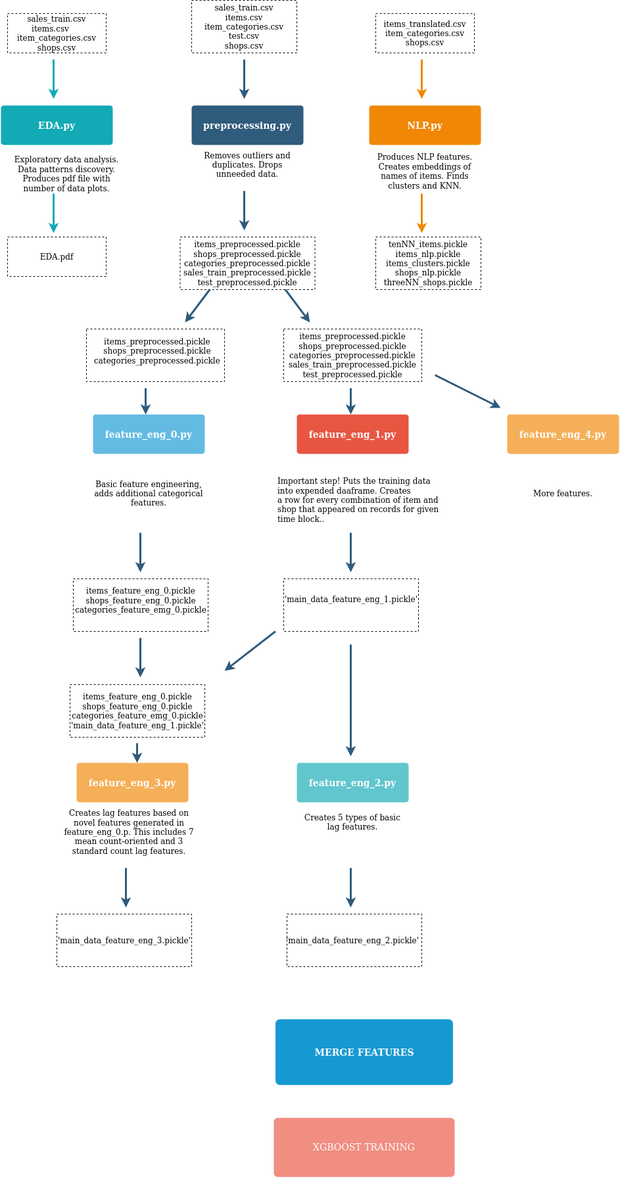
pegasus-isi/predict-future-sales-workflow keeps this draw.io diagram as img/xgboost_graph.png. Above is the earlier version. Source tidied: cells renumbered, new cells last; positions are measured from the earlier drawing's top-left corner, leaving out a move shared by most shapes.
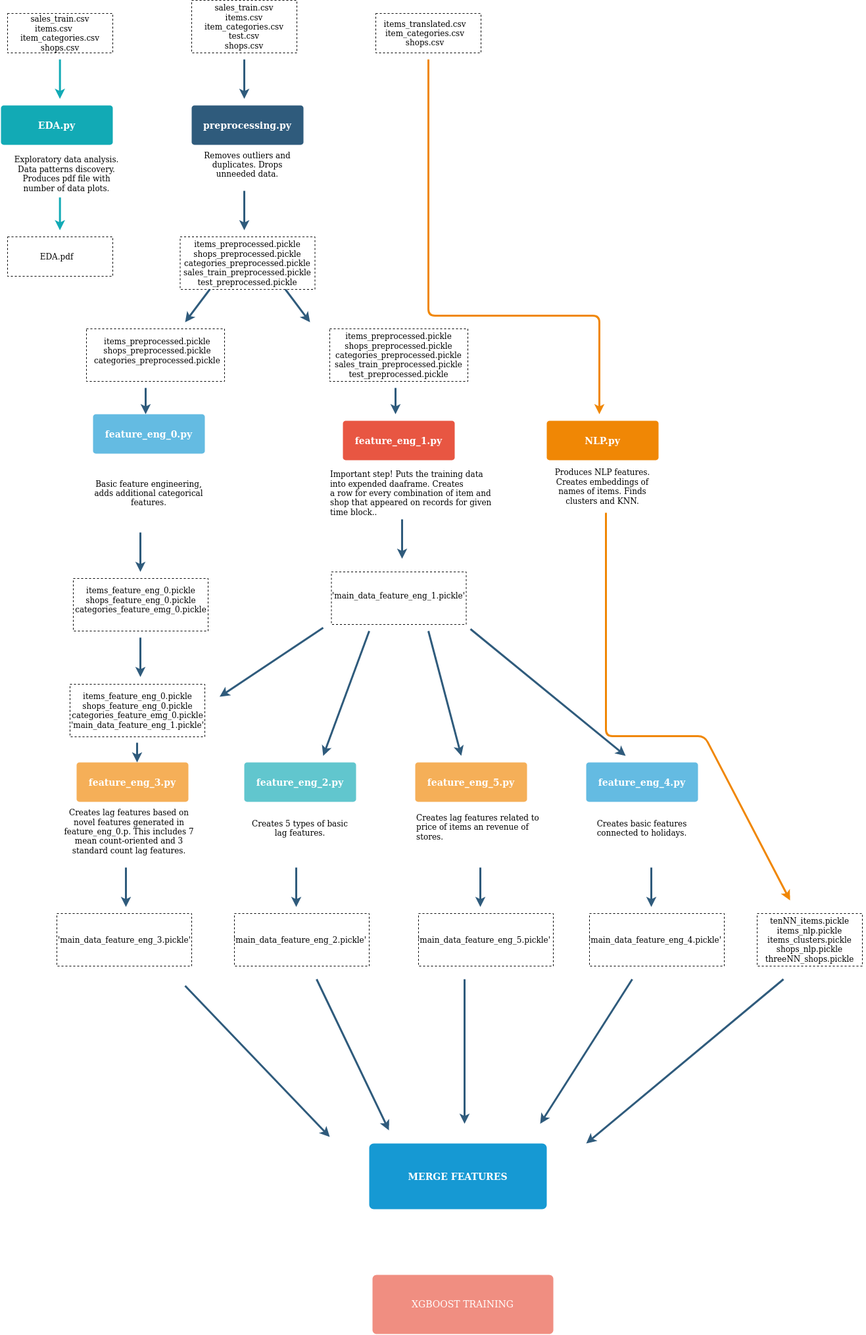
Later version of the same file.

Commit message:
adds feature eng 5

The edit, as a diff of the source:
```diff
@@ -5,6 +5,6 @@
     <mxCell id="2" value="XGBOOST TRAINING" style="rounded=1;whiteSpace=wrap;html=1;shadow=0;labelBackgroundColor=none;strokeColor=none;strokeWidth=3;fillColor=#f08e81;fontFamily=Helvetica;fontSize=14;fontColor=#FFFFFF;align=center;spacing=5;fontStyle=0;arcSize=7;perimeterSpacing=2;" parent="1" vertex="1">
-      <mxGeometry x="415" y="1700" width="275" height="90" as="geometry" />
+      <mxGeometry x="565" y="1940" width="275" height="90" as="geometry" />
     </mxCell>
     <mxCell id="3" value="MERGE FEATURES" style="rounded=1;whiteSpace=wrap;html=1;shadow=0;labelBackgroundColor=none;strokeColor=none;strokeWidth=3;fillColor=#1699d3;fontFamily=Helvetica;fontSize=14;fontColor=#FFFFFF;align=center;spacing=5;fontStyle=1;arcSize=7;perimeterSpacing=2;" parent="1" vertex="1">
-      <mxGeometry x="417.5" y="1550" width="270" height="100" as="geometry" />
+      <mxGeometry x="560" y="1740" width="270" height="100" as="geometry" />
     </mxCell>
@@ -20,9 +20,9 @@
     <mxCell id="7" style="rounded=0;whiteSpace=wrap;html=1;fillColor=#FFFFFF;dashed=1;" parent="1" vertex="1">
-      <mxGeometry x="10" y="20" width="150" height="60" as="geometry" />
+      <mxGeometry x="10" y="20" width="160" height="60" as="geometry" />
     </mxCell>
     <mxCell id="8" value="&lt;div align=&quot;center&quot;&gt;sales_train.csv&lt;/div&gt;&lt;div align=&quot;center&quot;&gt;items.csv&amp;nbsp;&amp;nbsp;&amp;nbsp;&amp;nbsp;&amp;nbsp; item_categories.csv&lt;/div&gt;&lt;div align=&quot;center&quot;&gt;shops.csv&lt;br&gt;&lt;/div&gt;" style="text;html=1;strokeColor=none;fillColor=none;align=center;verticalAlign=middle;whiteSpace=wrap;rounded=0;dashed=1;" parent="1" vertex="1">
-      <mxGeometry x="10" y="20" width="150" height="60" as="geometry" />
+      <mxGeometry x="15" y="20" width="150" height="60" as="geometry" />
     </mxCell>
     <mxCell id="9" style="rounded=0;whiteSpace=wrap;html=1;fillColor=#FFFFFF;dashed=1;" parent="1" vertex="1">
-      <mxGeometry x="10" y="360" width="150" height="60" as="geometry" />
+      <mxGeometry x="10" y="360" width="160" height="60" as="geometry" />
     </mxCell>
@@ -33,4 +33,4 @@
       <mxGeometry relative="1" as="geometry">
-        <mxPoint x="80" y="294" as="sourcePoint" />
-        <mxPoint x="80" y="354" as="targetPoint" />
+        <mxPoint x="89.7" y="300" as="sourcePoint" />
+        <mxPoint x="89.7" y="350" as="targetPoint" />
       </mxGeometry>
@@ -53,6 +53,6 @@
     <mxCell id="16" value="&lt;div align=&quot;center&quot;&gt;Produces NLP features. Creates embeddings of names of items. Finds clusters and KNN.&lt;br&gt;&lt;/div&gt;" style="text;html=1;strokeColor=none;fillColor=none;align=center;verticalAlign=middle;whiteSpace=wrap;rounded=0;" parent="1" vertex="1">
-      <mxGeometry x="560" y="230" width="170" height="60" as="geometry" />
+      <mxGeometry x="830" y="710" width="170" height="60" as="geometry" />
     </mxCell>
     <mxCell id="17" value="NLP.py" style="rounded=1;whiteSpace=wrap;html=1;shadow=0;labelBackgroundColor=none;strokeColor=none;strokeWidth=3;fillColor=#F08705;fontFamily=Helvetica;fontSize=14;fontColor=#FFFFFF;align=center;spacing=5;fontStyle=1;arcSize=7;perimeterSpacing=2;" parent="1" vertex="1">
-      <mxGeometry x="560" y="160" width="170" height="60" as="geometry" />
+      <mxGeometry x="830" y="640" width="170" height="60" as="geometry" />
     </mxCell>
@@ -60,4 +60,9 @@
       <mxGeometry relative="1" as="geometry">
-        <mxPoint x="640" y="90" as="sourcePoint" />
-        <mxPoint x="640" y="150" as="targetPoint" />
+        <mxPoint x="650" y="90" as="sourcePoint" />
+        <mxPoint x="910" y="630" as="targetPoint" />
+        <Array as="points">
+          <mxPoint x="650" y="280" />
+          <mxPoint x="650" y="480" />
+          <mxPoint x="910" y="480" />
+        </Array>
       </mxGeometry>
@@ -65,6 +70,6 @@
     <mxCell id="19" style="rounded=0;whiteSpace=wrap;html=1;fillColor=#FFFFFF;dashed=1;" parent="1" vertex="1">
-      <mxGeometry x="570" y="20" width="150" height="60" as="geometry" />
+      <mxGeometry x="570" y="20" width="160" height="60" as="geometry" />
     </mxCell>
     <mxCell id="20" style="rounded=0;whiteSpace=wrap;html=1;fillColor=#FFFFFF;dashed=1;" parent="1" vertex="1">
-      <mxGeometry x="570" y="360" width="160" height="80" as="geometry" />
+      <mxGeometry x="1150" y="1390" width="160" height="80" as="geometry" />
     </mxCell>
@@ -74,3 +79,3 @@
     <mxCell id="22" value="&lt;div align=&quot;center&quot;&gt;tenNN_items.pickle&lt;br&gt;items_nlp.pickle&lt;br&gt;items_clusters.pickle&lt;br&gt;shops_nlp.pickle&lt;br&gt;threeNN_shops.pickle&lt;/div&gt;" style="text;html=1;strokeColor=none;fillColor=none;align=center;verticalAlign=middle;whiteSpace=wrap;rounded=0;" parent="1" vertex="1">
-      <mxGeometry x="565" y="355" width="170" height="90" as="geometry" />
+      <mxGeometry x="1145" y="1385" width="170" height="90" as="geometry" />
     </mxCell>
@@ -84,4 +89,4 @@
       <mxGeometry relative="1" as="geometry">
-        <mxPoint x="80" y="90" as="sourcePoint" />
-        <mxPoint x="80" y="150" as="targetPoint" />
+        <mxPoint x="89.7" y="90" as="sourcePoint" />
+        <mxPoint x="89.7" y="150" as="targetPoint" />
       </mxGeometry>
@@ -96,4 +101,8 @@
       <mxGeometry relative="1" as="geometry">
-        <mxPoint x="640" y="294" as="sourcePoint" />
-        <mxPoint x="640" y="354" as="targetPoint" />
+        <mxPoint x="920" y="780" as="sourcePoint" />
+        <mxPoint x="1200" y="1370" as="targetPoint" />
+        <Array as="points">
+          <mxPoint x="920" y="1120" />
+          <mxPoint x="1070" y="1120" />
+        </Array>
       </mxGeometry>
@@ -125,6 +134,6 @@
     <mxCell id="34" value="&lt;div align=&quot;left&quot;&gt;Important step! Puts the training data into expended daaframe. Creates&lt;br&gt;&lt;/div&gt;&lt;div align=&quot;left&quot;&gt;a row for every combination of item and shop that appeared on records for given time block..&lt;/div&gt;" style="text;html=1;strokeColor=none;fillColor=none;align=center;verticalAlign=middle;whiteSpace=wrap;rounded=0;" parent="1" vertex="1">
-      <mxGeometry x="420" y="720" width="250" height="80" as="geometry" />
+      <mxGeometry x="500" y="710" width="250" height="80" as="geometry" />
     </mxCell>
     <mxCell id="35" value="feature_eng_1.py" style="rounded=1;whiteSpace=wrap;html=1;shadow=0;labelBackgroundColor=none;strokeColor=none;strokeWidth=3;fillColor=#E85642;fontFamily=Helvetica;fontSize=14;fontColor=#FFFFFF;align=center;spacing=5;fontStyle=1;arcSize=7;perimeterSpacing=2;" parent="1" vertex="1">
-      <mxGeometry x="450" y="630" width="170" height="60" as="geometry" />
+      <mxGeometry x="520" y="640" width="170" height="60" as="geometry" />
     </mxCell>
@@ -132,4 +141,4 @@
       <mxGeometry relative="1" as="geometry">
-        <mxPoint x="532" y="590" as="sourcePoint" />
-        <mxPoint x="532" y="630" as="targetPoint" />
+        <mxPoint x="600" y="590" as="sourcePoint" />
+        <mxPoint x="600" y="630" as="targetPoint" />
       </mxGeometry>
@@ -137,9 +146,9 @@
     <mxCell id="37" style="rounded=0;whiteSpace=wrap;html=1;fillColor=#FFFFFF;dashed=1;" parent="1" vertex="1">
-      <mxGeometry x="430" y="500" width="210" height="80" as="geometry" />
+      <mxGeometry x="500" y="500" width="210" height="80" as="geometry" />
     </mxCell>
     <mxCell id="38" style="rounded=0;whiteSpace=wrap;html=1;fillColor=#FFFFFF;dashed=1;" parent="1" vertex="1">
-      <mxGeometry x="430" y="880" width="205" height="80" as="geometry" />
+      <mxGeometry x="502.5" y="870" width="205" height="80" as="geometry" />
     </mxCell>
     <mxCell id="39" value="&lt;div align=&quot;center&quot;&gt;'main_data_feature_eng_1.pickle' &lt;br&gt;&lt;br&gt;&lt;br&gt;&lt;/div&gt;" style="text;html=1;strokeColor=none;fillColor=none;align=center;verticalAlign=middle;whiteSpace=wrap;rounded=0;" parent="1" vertex="1">
-      <mxGeometry x="417.5" y="890" width="230" height="70" as="geometry" />
+      <mxGeometry x="490" y="885" width="230" height="70" as="geometry" />
     </mxCell>
@@ -147,4 +156,4 @@
       <mxGeometry relative="1" as="geometry">
-        <mxPoint x="532" y="810" as="sourcePoint" />
-        <mxPoint x="532" y="870" as="targetPoint" />
+        <mxPoint x="610" y="790" as="sourcePoint" />
+        <mxPoint x="610" y="850" as="targetPoint" />
       </mxGeometry>
@@ -163,6 +172,6 @@
     <mxCell id="43" value="Creates 5 types of basic lag features." style="text;html=1;strokeColor=none;fillColor=none;align=center;verticalAlign=middle;whiteSpace=wrap;rounded=0;" parent="1" vertex="1">
-      <mxGeometry x="450" y="1220" width="170" height="60" as="geometry" />
+      <mxGeometry x="370" y="1230" width="170" height="60" as="geometry" />
     </mxCell>
     <mxCell id="44" value="feature_eng_2.py" style="rounded=1;whiteSpace=wrap;html=1;shadow=0;labelBackgroundColor=none;strokeColor=none;strokeWidth=3;fillColor=#61C6CE;fontFamily=Helvetica;fontSize=14;fontColor=#FFFFFF;align=center;spacing=5;fontStyle=1;arcSize=7;perimeterSpacing=2;" parent="1" vertex="1">
-      <mxGeometry x="450" y="1160" width="170" height="60" as="geometry" />
+      <mxGeometry x="370" y="1160" width="170" height="60" as="geometry" />
     </mxCell>
@@ -170,4 +179,4 @@
       <mxGeometry relative="1" as="geometry">
-        <mxPoint x="532" y="980" as="sourcePoint" />
-        <mxPoint x="532" y="1150" as="targetPoint" />
+        <mxPoint x="560" y="960" as="sourcePoint" />
+        <mxPoint x="490" y="1150" as="targetPoint" />
       </mxGeometry>
@@ -175,6 +184,6 @@
     <mxCell id="46" style="rounded=0;whiteSpace=wrap;html=1;fillColor=#FFFFFF;dashed=1;" parent="1" vertex="1">
-      <mxGeometry x="435" y="1390" width="205" height="80" as="geometry" />
+      <mxGeometry x="355" y="1390" width="205" height="80" as="geometry" />
     </mxCell>
     <mxCell id="47" value="&lt;div align=&quot;center&quot;&gt;'main_data_feature_eng_2.pickle'&lt;br&gt;&lt;/div&gt;" style="text;html=1;strokeColor=none;fillColor=none;align=center;verticalAlign=middle;whiteSpace=wrap;rounded=0;" parent="1" vertex="1">
-      <mxGeometry x="420" y="1390" width="230" height="80" as="geometry" />
+      <mxGeometry x="340" y="1390" width="230" height="80" as="geometry" />
     </mxCell>
@@ -182,4 +191,4 @@
       <mxGeometry relative="1" as="geometry">
-        <mxPoint x="532" y="1320" as="sourcePoint" />
-        <mxPoint x="532" y="1380" as="targetPoint" />
+        <mxPoint x="449" y="1320" as="sourcePoint" />
+        <mxPoint x="449" y="1380" as="targetPoint" />
       </mxGeometry>
@@ -211,3 +220,3 @@
     <mxCell id="55" value="&lt;div align=&quot;center&quot;&gt;items_preprocessed.pickle&lt;br&gt;shops_preprocessed.pickle&lt;br&gt;categories_preprocessed.pickle&lt;br&gt;sales_train_preprocessed.pickle&lt;br&gt;test_preprocessed.pickle&lt;/div&gt;" style="text;html=1;strokeColor=none;fillColor=none;align=center;verticalAlign=middle;whiteSpace=wrap;rounded=0;dashed=1;" parent="1" vertex="1">
-      <mxGeometry x="420" y="500" width="230" height="80" as="geometry" />
+      <mxGeometry x="490" y="500" width="230" height="80" as="geometry" />
     </mxCell>
@@ -219,6 +228,5 @@
     </mxCell>
-    <mxCell id="58" style="edgeStyle=none;rounded=1;jumpStyle=none;html=1;shadow=0;labelBackgroundColor=none;startArrow=none;startFill=0;jettySize=auto;orthogonalLoop=1;strokeColor=#2F5B7C;strokeWidth=3;fontFamily=Helvetica;fontSize=14;fontColor=#FFFFFF;spacing=5;fontStyle=1;fillColor=#b0e3e6;" parent="1" edge="1">
+    <mxCell id="58" style="edgeStyle=none;rounded=1;jumpStyle=none;html=1;shadow=0;labelBackgroundColor=none;startArrow=none;startFill=0;jettySize=auto;strokeColor=#2F5B7C;strokeWidth=3;fontFamily=Helvetica;fontSize=14;fontColor=#FFFFFF;spacing=5;fontStyle=1;fillColor=#b0e3e6;exitX=0;exitY=1;exitDx=0;exitDy=0;" parent="1" edge="1" source="39">
       <mxGeometry relative="1" as="geometry">
-        <mxPoint x="417.5" y="960" as="sourcePoint" />
-        <mxPoint x="340" y="1020" as="targetPoint" />
+        <mxPoint x="332.5" y="1060" as="targetPoint" />
       </mxGeometry>
@@ -231,4 +239,4 @@
     </mxCell>
-    <mxCell id="60" value="feature_eng_4.py" style="rounded=1;whiteSpace=wrap;html=1;shadow=0;labelBackgroundColor=none;strokeColor=none;strokeWidth=3;fillColor=#F5AF58;fontFamily=Helvetica;fontSize=14;fontColor=#FFFFFF;align=center;spacing=5;fontStyle=1;arcSize=7;perimeterSpacing=2;" parent="1" vertex="1">
-      <mxGeometry x="770" y="630" width="170" height="60" as="geometry" />
+    <mxCell id="60" value="feature_eng_5.py" style="rounded=1;whiteSpace=wrap;html=1;shadow=0;labelBackgroundColor=none;strokeColor=none;strokeWidth=3;fillColor=#F5AF58;fontFamily=Helvetica;fontSize=14;fontColor=#FFFFFF;align=center;spacing=5;fontStyle=1;arcSize=7;perimeterSpacing=2;" parent="1" vertex="1">
+      <mxGeometry x="630" y="1160" width="170" height="60" as="geometry" />
     </mxCell>
@@ -236,9 +244,6 @@
       <mxGeometry relative="1" as="geometry">
-        <mxPoint x="660" y="570" as="sourcePoint" />
-        <mxPoint x="760" y="620" as="targetPoint" />
+        <mxPoint x="650" y="960" as="sourcePoint" />
+        <mxPoint x="700" y="1150" as="targetPoint" />
       </mxGeometry>
     </mxCell>
-    <mxCell id="62" value="More features." style="text;html=1;strokeColor=none;fillColor=none;align=center;verticalAlign=middle;whiteSpace=wrap;rounded=0;" parent="1" vertex="1">
-      <mxGeometry x="770" y="720" width="170" height="60" as="geometry" />
-    </mxCell>
     <mxCell id="63" style="rounded=0;whiteSpace=wrap;html=1;dashed=1;fillColor=#FFFFFF;" parent="1" vertex="1">
@@ -249,2 +254,70 @@
     </mxCell>
+    <mxCell id="65" value="Creates lag features related to price of items an revenue of stores." style="text;whiteSpace=wrap;html=1;" parent="1" vertex="1">
+      <mxGeometry x="630" y="1230" width="190" height="60" as="geometry" />
+    </mxCell>
+    <mxCell id="66" style="rounded=0;whiteSpace=wrap;html=1;fillColor=#FFFFFF;dashed=1;" parent="1" vertex="1">
+      <mxGeometry x="635" y="1390" width="205" height="80" as="geometry" />
+    </mxCell>
+    <mxCell id="67" value="&lt;div align=&quot;center&quot;&gt;'main_data_feature_eng_5.pickle'&lt;br&gt;&lt;/div&gt;" style="text;html=1;strokeColor=none;fillColor=none;align=center;verticalAlign=middle;whiteSpace=wrap;rounded=0;" parent="1" vertex="1">
+      <mxGeometry x="620" y="1390" width="230" height="80" as="geometry" />
+    </mxCell>
+    <mxCell id="68" style="edgeStyle=none;rounded=1;jumpStyle=none;html=1;shadow=0;labelBackgroundColor=none;startArrow=none;startFill=0;jettySize=auto;orthogonalLoop=1;strokeColor=#2F5B7C;strokeWidth=3;fontFamily=Helvetica;fontSize=14;fontColor=#FFFFFF;spacing=5;fontStyle=1;fillColor=#b0e3e6;" parent="1" edge="1">
+      <mxGeometry relative="1" as="geometry">
+        <mxPoint x="729" y="1320" as="sourcePoint" />
+        <mxPoint x="729" y="1380" as="targetPoint" />
+      </mxGeometry>
+    </mxCell>
+    <mxCell id="69" value="Creates basic features connected to holidays." style="text;html=1;strokeColor=none;fillColor=none;align=center;verticalAlign=middle;whiteSpace=wrap;rounded=0;" parent="1" vertex="1">
+      <mxGeometry x="890" y="1230" width="170" height="60" as="geometry" />
+    </mxCell>
+    <mxCell id="70" value="feature_eng_4.py" style="rounded=1;whiteSpace=wrap;html=1;shadow=0;labelBackgroundColor=none;strokeColor=none;strokeWidth=3;fillColor=#64BBE2;fontFamily=Helvetica;fontSize=14;fontColor=#FFFFFF;align=center;spacing=5;fontStyle=1;arcSize=7;perimeterSpacing=2;" parent="1" vertex="1">
+      <mxGeometry x="890" y="1160" width="170" height="60" as="geometry" />
+    </mxCell>
+    <mxCell id="71" style="edgeStyle=none;rounded=1;jumpStyle=none;html=1;shadow=0;labelBackgroundColor=none;startArrow=none;startFill=0;jettySize=auto;strokeColor=#2F5B7C;strokeWidth=3;fontFamily=Helvetica;fontSize=14;fontColor=#FFFFFF;spacing=5;fontStyle=1;fillColor=#b0e3e6;exitX=0.974;exitY=1.029;exitDx=0;exitDy=0;exitPerimeter=0;" parent="1" edge="1" source="39">
+      <mxGeometry relative="1" as="geometry">
+        <mxPoint x="950" y="1150" as="targetPoint" />
+      </mxGeometry>
+    </mxCell>
+    <mxCell id="72" style="rounded=0;whiteSpace=wrap;html=1;fillColor=#FFFFFF;dashed=1;" parent="1" vertex="1">
+      <mxGeometry x="895" y="1390" width="205" height="80" as="geometry" />
+    </mxCell>
+    <mxCell id="73" value="&lt;div align=&quot;center&quot;&gt;'main_data_feature_eng_4.pickle'&lt;br&gt;&lt;/div&gt;" style="text;html=1;strokeColor=none;fillColor=none;align=center;verticalAlign=middle;whiteSpace=wrap;rounded=0;" parent="1" vertex="1">
+      <mxGeometry x="880" y="1390" width="230" height="80" as="geometry" />
+    </mxCell>
+    <mxCell id="74" style="edgeStyle=none;rounded=1;jumpStyle=none;html=1;shadow=0;labelBackgroundColor=none;startArrow=none;startFill=0;jettySize=auto;orthogonalLoop=1;strokeColor=#2F5B7C;strokeWidth=3;fontFamily=Helvetica;fontSize=14;fontColor=#FFFFFF;spacing=5;fontStyle=1;fillColor=#b0e3e6;" parent="1" edge="1">
+      <mxGeometry relative="1" as="geometry">
+        <mxPoint x="989" y="1320" as="sourcePoint" />
+        <mxPoint x="989" y="1380" as="targetPoint" />
+      </mxGeometry>
+    </mxCell>
+    <mxCell id="75" style="edgeStyle=none;rounded=1;jumpStyle=none;html=1;shadow=0;labelBackgroundColor=none;startArrow=none;startFill=0;jettySize=auto;orthogonalLoop=1;strokeColor=#2F5B7C;strokeWidth=3;fontFamily=Helvetica;fontSize=14;fontColor=#FFFFFF;spacing=5;fontStyle=1;fillColor=#b0e3e6;" parent="1" edge="1">
+      <mxGeometry relative="1" as="geometry">
+        <mxPoint x="480" y="1490" as="sourcePoint" />
+        <mxPoint x="590" y="1720" as="targetPoint" />
+      </mxGeometry>
+    </mxCell>
+    <mxCell id="76" style="edgeStyle=none;rounded=1;jumpStyle=none;html=1;shadow=0;labelBackgroundColor=none;startArrow=none;startFill=0;jettySize=auto;orthogonalLoop=1;strokeColor=#2F5B7C;strokeWidth=3;fontFamily=Helvetica;fontSize=14;fontColor=#FFFFFF;spacing=5;fontStyle=1;fillColor=#b0e3e6;" parent="1" edge="1">
+      <mxGeometry relative="1" as="geometry">
+        <mxPoint x="280" y="1500" as="sourcePoint" />
+        <mxPoint x="500" y="1730" as="targetPoint" />
+      </mxGeometry>
+    </mxCell>
+    <mxCell id="77" style="edgeStyle=none;rounded=1;jumpStyle=none;html=1;shadow=0;labelBackgroundColor=none;startArrow=none;startFill=0;jettySize=auto;orthogonalLoop=1;strokeColor=#2F5B7C;strokeWidth=3;fontFamily=Helvetica;fontSize=14;fontColor=#FFFFFF;spacing=5;fontStyle=1;fillColor=#b0e3e6;" parent="1" edge="1">
+      <mxGeometry relative="1" as="geometry">
+        <mxPoint x="705" y="1490" as="sourcePoint" />
+        <mxPoint x="705" y="1710" as="targetPoint" />
+      </mxGeometry>
+    </mxCell>
+    <mxCell id="78" style="edgeStyle=none;rounded=1;jumpStyle=none;html=1;shadow=0;labelBackgroundColor=none;startArrow=none;startFill=0;jettySize=auto;orthogonalLoop=1;strokeColor=#2F5B7C;strokeWidth=3;fontFamily=Helvetica;fontSize=14;fontColor=#FFFFFF;spacing=5;fontStyle=1;fillColor=#b0e3e6;" parent="1" edge="1">
+      <mxGeometry relative="1" as="geometry">
+        <mxPoint x="1190" y="1490" as="sourcePoint" />
+        <mxPoint x="890" y="1740" as="targetPoint" />
+      </mxGeometry>
+    </mxCell>
+    <mxCell id="79" style="edgeStyle=none;rounded=1;jumpStyle=none;html=1;shadow=0;labelBackgroundColor=none;startArrow=none;startFill=0;jettySize=auto;orthogonalLoop=1;strokeColor=#2F5B7C;strokeWidth=3;fontFamily=Helvetica;fontSize=14;fontColor=#FFFFFF;spacing=5;fontStyle=1;fillColor=#b0e3e6;" parent="1" edge="1">
+      <mxGeometry relative="1" as="geometry">
+        <mxPoint x="960" y="1490" as="sourcePoint" />
+        <mxPoint x="820" y="1710" as="targetPoint" />
+      </mxGeometry>
+    </mxCell>
   </root>
```
